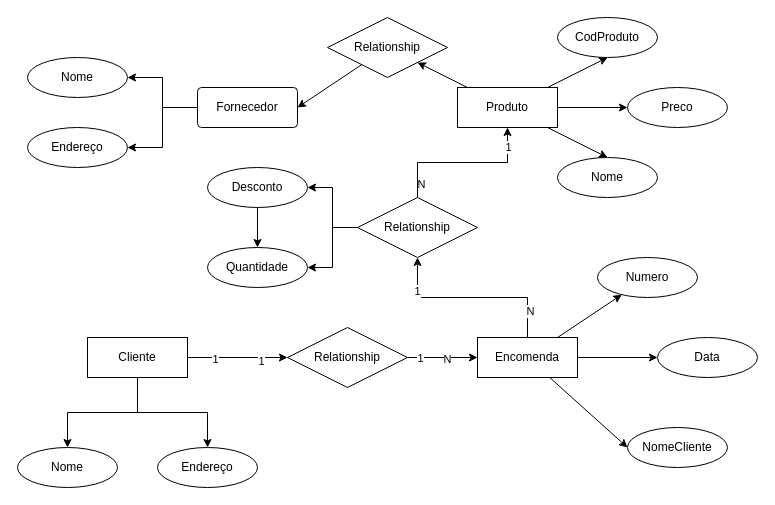
This is Diagrama sem nome.drawio from g-birocci/estudos, a draw.io file, before an edit. Source tidied: cells renumbered, new cells numbered last; positions are measured from the earlier drawing's top-left corner, leaving out a move shared by most shapes. Both pictures are drawn from the tidied source at 100%, with x=0, y=0 at pixel (17, 17).
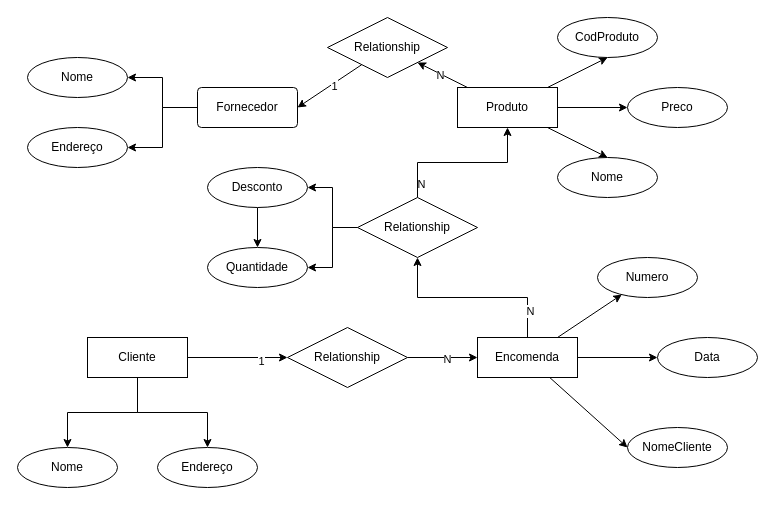
The same diagram, later.

The change refers to these unchanged cells:
```xml
<mxCell id="10" style="rounded=0;jettySize=auto;html=1;entryX=1;entryY=1;entryDx=0;entryDy=0;" parent="1" edge="1" source="11" target="24">
  <mxGeometry relative="1" as="geometry" />
</mxCell>
<mxCell id="19" style="edgeStyle=orthogonalEdgeStyle;rounded=0;jettySize=auto;html=1;entryX=0.5;entryY=1;entryDx=0;entryDy=0;" parent="1" edge="1" source="22" target="44">
  <mxGeometry relative="1" as="geometry" />
</mxCell>
<mxCell id="23" style="rounded=0;jettySize=auto;html=1;entryX=1;entryY=0.5;entryDx=0;entryDy=0;" parent="1" edge="1" source="24" target="4">
  <mxGeometry relative="1" as="geometry" />
</mxCell>
<mxCell id="25" style="edgeStyle=orthogonalEdgeStyle;rounded=0;jettySize=auto;html=1;entryX=0;entryY=0.5;entryDx=0;entryDy=0;" parent="1" edge="1" source="30" target="36">
  <mxGeometry relative="1" as="geometry" />
</mxCell>
<mxCell id="33" style="edgeStyle=orthogonalEdgeStyle;rounded=0;jettySize=auto;html=1;entryX=0;entryY=0.5;entryDx=0;entryDy=0;" parent="1" edge="1" source="36" target="22">
  <mxGeometry relative="1" as="geometry" />
</mxCell>
<mxCell id="39" style="edgeStyle=orthogonalEdgeStyle;rounded=0;jettySize=auto;html=1;entryX=0.5;entryY=1;entryDx=0;entryDy=0;" parent="1" edge="1" source="44" target="11">
  <mxGeometry relative="1" as="geometry" />
</mxCell>
```

The edit, as a diff of the source:
```diff
@@
-    <mxCell id="4" value="Fornecedor" style="rounded=1;arcSize=10;whiteSpace=wrap;html=1;align=center;" parent="1" vertex="1">
+    <mxCell id="4" value="Fornecedor" style="rounded=1;arcSize=10;whiteSpace=wrap;html=1;align=center;glass=0;" parent="1" vertex="1">
       <mxGeometry x="180" y="70" width="100" height="40" as="geometry" />
     </mxCell>
@@
+    <mxCell id="48" value="N" style="edgeLabel;html=1;align=center;verticalAlign=middle;" parent="10" vertex="1">
+      <mxGeometry x="0.07" y="1" relative="1" as="geometry" />
+    </mxCell>
@@
-    <mxCell id="21" value="1" style="edgeLabel;html=1;align=center;verticalAlign=middle;" parent="19" vertex="1">
-      <mxGeometry x="0.66" y="1" relative="1" as="geometry">
-        <mxPoint y="1" as="offset" />
-      </mxGeometry>
-    </mxCell>
@@
+    <mxCell id="49" value="1" style="edgeLabel;html=1;align=center;verticalAlign=middle;" parent="23" vertex="1">
+      <mxGeometry x="-0.13" y="3" relative="1" as="geometry">
+        <mxPoint x="-1" as="offset" />
+      </mxGeometry>
+    </mxCell>
@@
-    <mxCell id="26" value="1" style="edgeLabel;html=1;align=center;verticalAlign=middle;" parent="25" vertex="1">
-      <mxGeometry x="-0.47" y="-1" relative="1" as="geometry" />
-    </mxCell>
@@
-    <mxCell id="35" value="1" style="edgeLabel;html=1;align=center;verticalAlign=middle;" parent="33" vertex="1">
-      <mxGeometry x="-0.67" relative="1" as="geometry" />
-    </mxCell>
@@
-    <mxCell id="41" value="1" style="edgeLabel;html=1;align=center;verticalAlign=middle;" parent="39" vertex="1">
-      <mxGeometry x="0.78" relative="1" as="geometry">
-        <mxPoint y="1" as="offset" />
-      </mxGeometry>
-    </mxCell>
```
